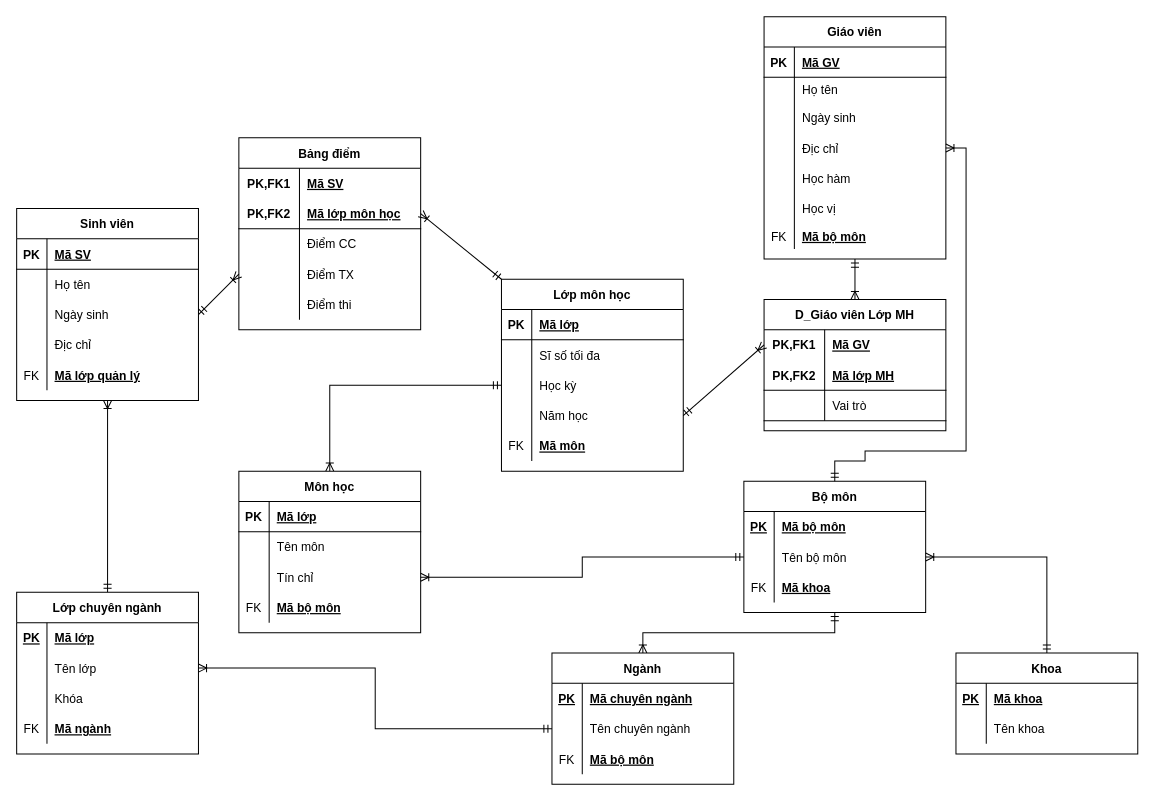
VuDucNamvdn/NamSDL keeps this draw.io diagram as page "Page-2" (2 of 6) of ER-RE.drawio. Above is the earlier version. Source tidied: cells renumbered, new cells numbered last; positions are measured from the earlier drawing's top-left corner, leaving out a move shared by most shapes. Both pictures are drawn from the tidied source at 101%, with x=0, y=0 at pixel (16, 16).
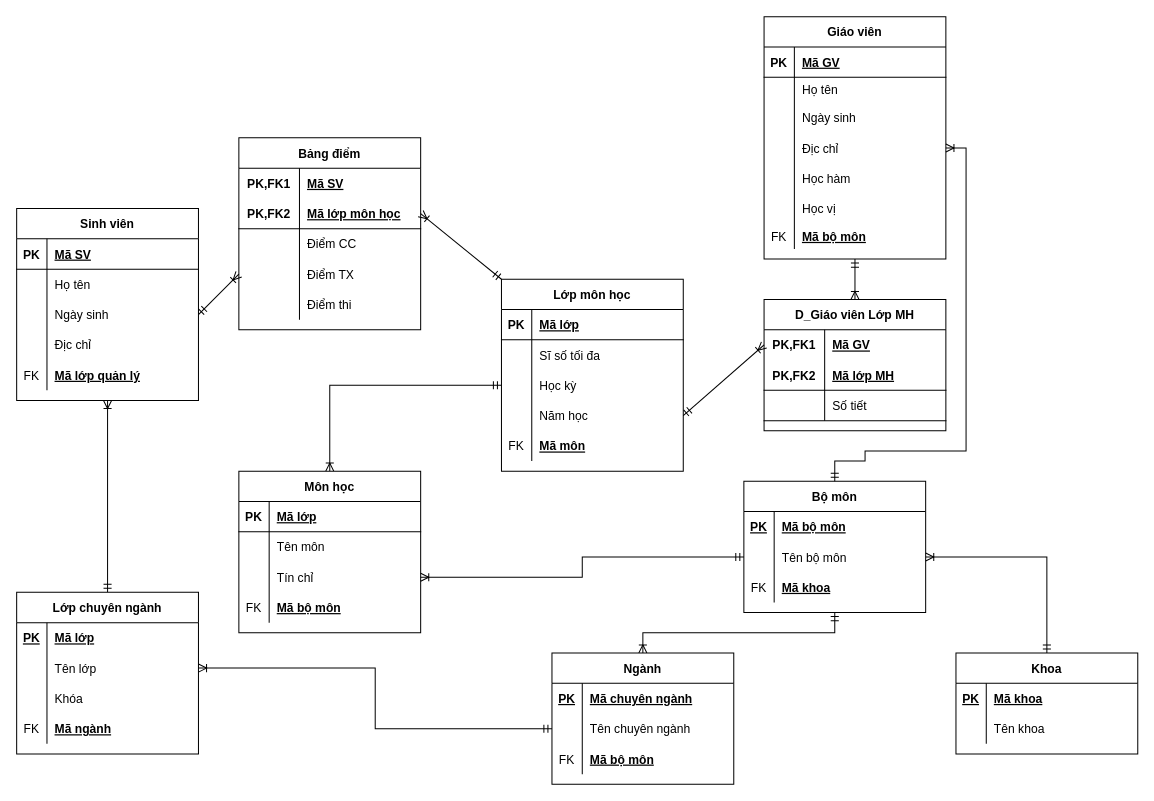
The same page after the edit.

The change refers to these unchanged cells:
```xml
<mxCell id="96" style="shape=partialRectangle;fillColor=none;top=0;left=0;bottom=1;right=0;" parent="89" vertex="1">
  <mxGeometry y="90" width="180" height="30" as="geometry" />
</mxCell>
```

The edit, as a diff of the source:
```diff
@@
-    <mxCell id="98" value="Vai trò" style="shape=partialRectangle;fillColor=none;top=0;left=0;bottom=0;right=0;align=left;spacingLeft=6;fontStyle=0;overflow=hidden;" parent="96" vertex="1">
+    <mxCell id="98" value="Số tiết" style="shape=partialRectangle;fillColor=none;top=0;left=0;bottom=0;right=0;align=left;spacingLeft=6;fontStyle=0;overflow=hidden;" parent="96" vertex="1">
       <mxGeometry x="60" width="120" height="30" as="geometry" />
     </mxCell>
```
